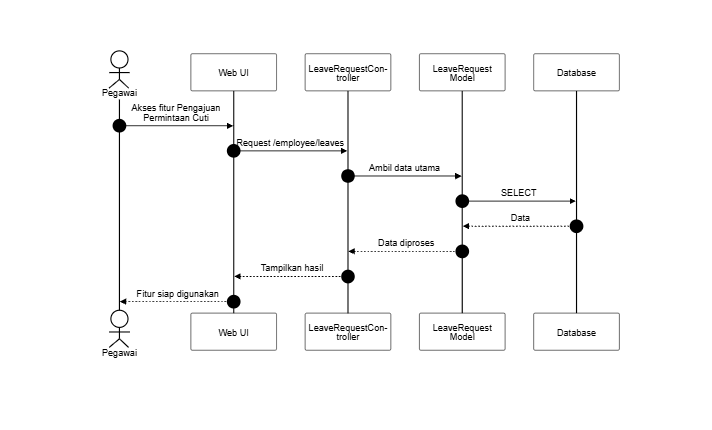
This is docs/SequenceDiagram/PNG_Transparent/PengajuanPermintaanCuti-LihatRiwayat.png from SulaimanHafi23/SimpegRSHDI, a Mermaid export, as it was before one commit. Its source is kept beside it as docs/SequenceDiagram/PengajuanPermintaanCuti-LihatRiwayat.mermaid.
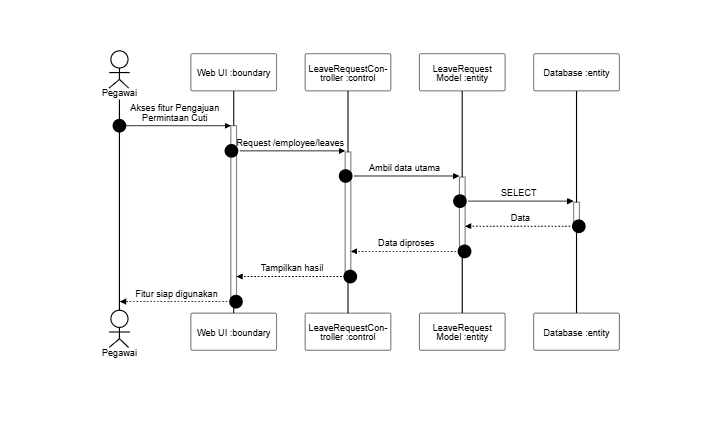
After the commit.

Diff of the diagram source:
```diff
@@ -2,16 +2,16 @@
 sequenceDiagram
     autonumber
     actor A as Pegawai
-    participant UI as Web UI
-    participant C as LeaveRequestController
-    participant M as LeaveRequest Model
-    participant DB as Database
+    participant UI as Web UI :boundary
+    participant C as LeaveRequestController :control
+    participant M as LeaveRequest Model :entity
+    participant DB as Database :entity
 
-    A->>UI: Akses fitur Pengajuan Permintaan Cuti
-    UI->>C: Request /employee/leaves
-    C->>M: Ambil data utama
-    M->>DB: SELECT
-    DB-->>M: Data
-    M-->>C: Data diproses
-    C-->>UI: Tampilkan hasil
-    UI-->>A: Fitur siap digunakan
+    A->>+UI: Akses fitur Pengajuan Permintaan Cuti
+    UI->>+C: Request /employee/leaves
+    C->>+M: Ambil data utama
+    M->>+DB: SELECT
+    DB-->>-M: Data
+    M-->>-C: Data diproses
+    C-->>-UI: Tampilkan hasil
+    UI-->>-A: Fitur siap digunakan
```
